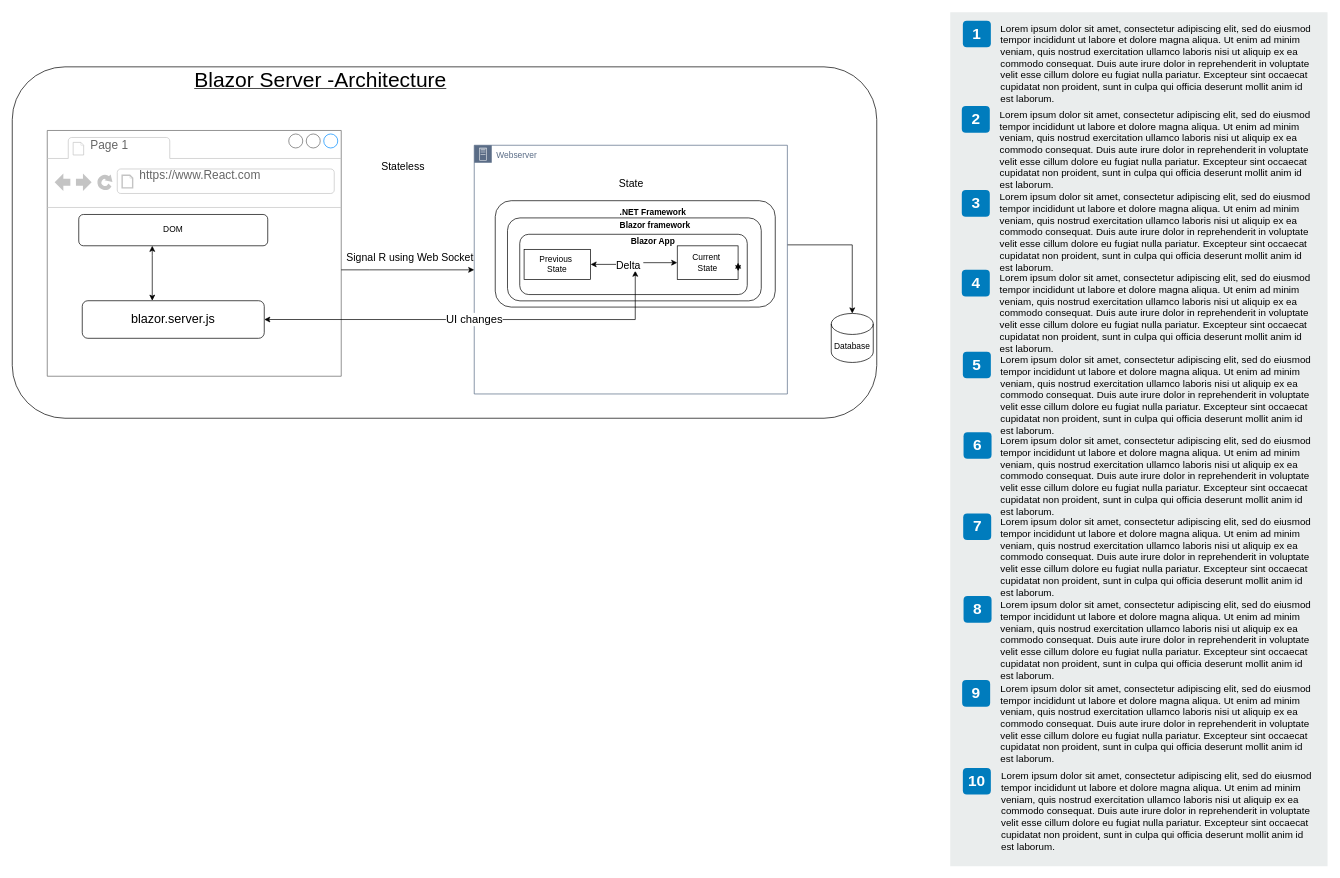
Above: page "Blazor Server-Architecture" (4 of 9) of Untitled Diagram.drawio in KollaRajesh/AzTech-Blazor (draw.io), before the change. Source tidied: cells renumbered, new cells numbered last; positions are measured from the earlier drawing's top-left corner, leaving out a move shared by most shapes. Both pictures are drawn from the tidied source at 70%, with x=0, y=0 at pixel (12, 12).
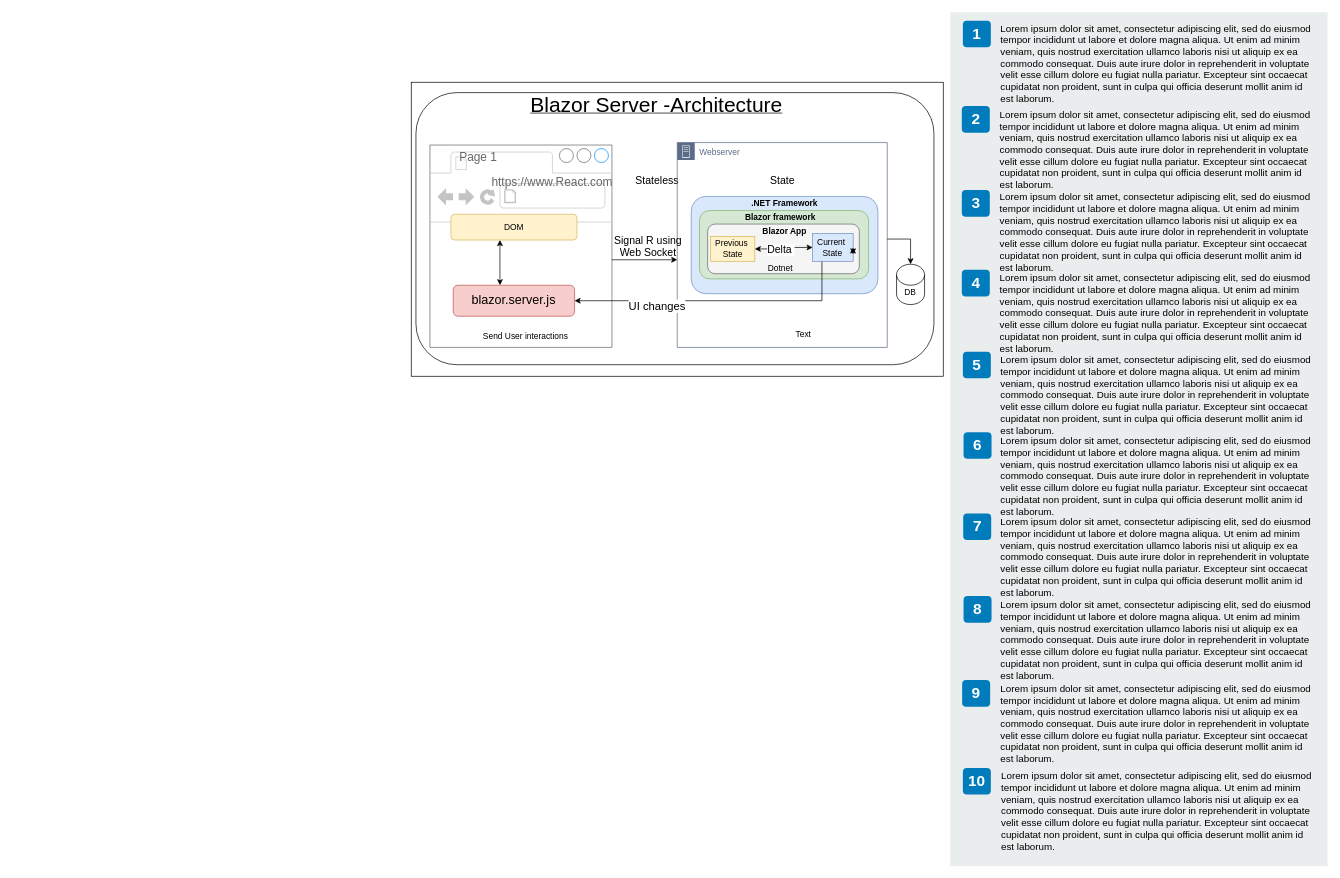
After the change.

What changed in the source:
```diff
@@
-    <mxCell id="2" style="rounded=1;whiteSpace=wrap;html=1;" parent="1" vertex="1">
-      <mxGeometry y="78" width="1235" height="502" as="geometry" />
-    </mxCell>
-    <mxCell id="3" value="&lt;span style=&quot;background-color: rgb(255 , 255 , 255)&quot;&gt;&lt;br&gt;&lt;/span&gt;" style="text;html=1;align=center;verticalAlign=middle;" parent="1" vertex="1">
-      <mxGeometry x="935" y="220" width="20" height="20" as="geometry" />
-    </mxCell>
-    <mxCell id="4" style="edgeStyle=orthogonalEdgeStyle;rounded=0;jettySize=auto;html=1;entryX=0.5;entryY=0;entryDx=0;entryDy=0;entryPerimeter=0;" parent="1" edge="1" source="29" target="7">
-      <mxGeometry relative="1" as="geometry">
-        <Array as="points">
-          <mxPoint x="1200" y="332.3" />
-        </Array>
-      </mxGeometry>
-    </mxCell>
-    <mxCell id="5" value="&lt;font style=&quot;font-size: 30px&quot;&gt;Blazor Server -Architecture&lt;br&gt;&lt;br&gt;&lt;/font&gt;" style="text;html=1;align=center;verticalAlign=middle;fillColor=none;strokeColor=none;rounded=0;fontStyle=4;" parent="1" vertex="1">
-      <mxGeometry x="250" y="90" width="380" height="50" as="geometry" />
-    </mxCell>
-    <mxCell id="6" value="&lt;font style=&quot;font-size: 15px&quot;&gt;Stateless&amp;nbsp;&lt;/font&gt;" style="text;html=1;align=center;verticalAlign=middle;fillColor=none;strokeColor=none;rounded=0;" parent="1" vertex="1">
-      <mxGeometry x="520" y="210" width="80" height="20" as="geometry" />
-    </mxCell>
-    <mxCell id="7" value="Database" style="shape=cylinder3;whiteSpace=wrap;html=1;boundedLbl=1;backgroundOutline=1;size=15;" parent="1" vertex="1">
-      <mxGeometry x="1170" y="430.3" width="60" height="70" as="geometry" />
-    </mxCell>
@@
+    <mxCell id="51" style="group;" parent="1" vertex="1">
+      <mxGeometry x="570" y="100" width="760" height="420" as="geometry" />
+    </mxCell>
+    <mxCell id="52" style="rounded=0;whiteSpace=wrap;html=1;" parent="51" vertex="1">
+      <mxGeometry width="760" height="420" as="geometry" />
+    </mxCell>
+    <mxCell id="2" style="rounded=1;whiteSpace=wrap;html=1;" parent="51" vertex="1">
+      <mxGeometry x="6.7" y="14.8" width="740" height="388.7" as="geometry" />
+    </mxCell>
+    <mxCell id="3" value="&lt;span style=&quot;background-color: rgb(255 , 255 , 255)&quot;&gt;&lt;br&gt;&lt;/span&gt;" style="text;html=1;align=center;verticalAlign=middle;" parent="51" vertex="1">
+      <mxGeometry x="570" y="130" width="20" height="20" as="geometry" />
+    </mxCell>
+    <mxCell id="5" value="&lt;font style=&quot;font-size: 30px&quot;&gt;Blazor Server -Architecture&lt;br&gt;&lt;br&gt;&lt;/font&gt;" style="text;html=1;align=center;verticalAlign=middle;fillColor=none;strokeColor=none;rounded=0;fontStyle=4;" parent="51" vertex="1">
+      <mxGeometry x="160" y="24.7" width="380" height="50" as="geometry" />
+    </mxCell>
+    <mxCell id="6" value="&lt;font style=&quot;font-size: 15px&quot;&gt;Stateless&amp;nbsp;&lt;/font&gt;" style="text;html=1;align=center;verticalAlign=middle;fillColor=none;strokeColor=none;rounded=0;" parent="51" vertex="1">
+      <mxGeometry x="313.3" y="130" width="80" height="20" as="geometry" />
+    </mxCell>
+    <mxCell id="7" value="DB" style="shape=cylinder3;whiteSpace=wrap;html=1;boundedLbl=1;backgroundOutline=1;size=15;" parent="51" vertex="1">
+      <mxGeometry x="693.3" y="260" width="40" height="57.6" as="geometry" />
+    </mxCell>
-    <mxCell id="29" value="Webserver&amp;nbsp;" style="points=[[0,0],[0.25,0],[0.5,0],[0.75,0],[1,0],[1,0.25],[1,0.5],[1,0.75],[1,1],[0.75,1],[0.5,1],[0.25,1],[0,1],[0,0.75],[0,0.5],[0,0.25]];outlineConnect=0;gradientColor=none;html=1;whiteSpace=wrap;fontSize=12;fontStyle=0;shape=mxgraph.aws4.group;grIcon=mxgraph.aws4.group_on_premise;strokeColor=#5A6C86;fillColor=none;verticalAlign=top;align=left;spacingLeft=30;fontColor=#5A6C86;dashed=0;" parent="1" vertex="1">
-      <mxGeometry x="660" y="190" width="447.3" height="355.3" as="geometry" />
+    <mxCell id="29" value="Webserver&amp;nbsp;" style="points=[[0,0],[0.25,0],[0.5,0],[0.75,0],[1,0],[1,0.25],[1,0.5],[1,0.75],[1,1],[0.75,1],[0.5,1],[0.25,1],[0,1],[0,0.75],[0,0.5],[0,0.25]];outlineConnect=0;gradientColor=none;html=1;whiteSpace=wrap;fontSize=12;fontStyle=0;shape=mxgraph.aws4.group;grIcon=mxgraph.aws4.group_on_premise;strokeColor=#5A6C86;fillColor=none;verticalAlign=top;align=left;spacingLeft=30;fontColor=#5A6C86;dashed=0;" parent="51" vertex="1">
+      <mxGeometry x="380" y="86.2" width="300" height="292.6" as="geometry" />
     </mxCell>
+    <mxCell id="4" style="edgeStyle=orthogonalEdgeStyle;rounded=0;jettySize=auto;html=1;entryX=0.5;entryY=0;entryDx=0;entryDy=0;entryPerimeter=0;" parent="51" edge="1" source="29" target="7">
+      <mxGeometry relative="1" as="geometry">
+        <Array as="points">
+          <mxPoint x="713.3" y="224" />
+        </Array>
+      </mxGeometry>
+    </mxCell>
-    <mxCell id="30" style="strokeWidth=1;shadow=0;dashed=0;align=center;html=1;shape=mxgraph.mockup.containers.browserWindow;rSize=0;strokeColor=#666666;strokeColor2=#008cff;strokeColor3=#c4c4c4;mainText=,;" parent="1" vertex="1">
-      <mxGeometry x="50" y="168.9" width="420" height="351.1" as="geometry" />
+    <mxCell id="30" style="strokeWidth=1;shadow=0;dashed=0;align=center;html=1;shape=mxgraph.mockup.containers.browserWindow;rSize=0;strokeColor=#666666;strokeColor2=#008cff;strokeColor3=#c4c4c4;mainText=,;" parent="51" vertex="1">
+      <mxGeometry x="26.7" y="89.7" width="260" height="289.1" as="geometry" />
     </mxCell>
     <mxCell id="31" value="Page 1" style="strokeWidth=1;shadow=0;dashed=0;align=center;html=1;shape=mxgraph.mockup.containers.anchor;fontSize=17;fontColor=#666666;align=left;" parent="30" vertex="1">
-      <mxGeometry x="60" y="10.7" width="110" height="23.3" as="geometry" />
+      <mxGeometry x="40" y="8.8" width="73.3" height="19.1" as="geometry" />
     </mxCell>
     <mxCell id="32" value="https://www.React.com" style="strokeWidth=1;shadow=0;dashed=0;align=center;html=1;shape=mxgraph.mockup.containers.anchor;rSize=0;fontSize=17;fontColor=#666666;align=left;" parent="30" vertex="1">
-      <mxGeometry x="130" y="53.7" width="250" height="23.3" as="geometry" />
+      <mxGeometry x="86.7" y="44.2" width="166.7" height="19.1" as="geometry" />
     </mxCell>
-    <mxCell id="33" value="DOM" style="rounded=1;whiteSpace=wrap;html=1;" parent="30" vertex="1">
-      <mxGeometry x="45" y="120" width="270" height="44.7" as="geometry" />
+    <mxCell id="33" value="DOM" style="rounded=1;whiteSpace=wrap;html=1;fillColor=#fff2cc;strokeColor=#d6b656;" parent="30" vertex="1">
+      <mxGeometry x="30" y="98.9" width="180" height="36.8" as="geometry" />
     </mxCell>
-    <mxCell id="34" style="rounded=1;whiteSpace=wrap;html=1;" parent="30" vertex="1">
-      <mxGeometry x="640" y="100.3" width="400" height="152" as="geometry" />
+    <mxCell id="34" style="rounded=1;whiteSpace=wrap;html=1;fillColor=#dae8fc;strokeColor=#6c8ebf;" parent="30" vertex="1">
+      <mxGeometry x="373.3" y="73.4" width="266.7" height="139" as="geometry" />
     </mxCell>
-    <mxCell id="35" value="&lt;b&gt;.NET Framework&lt;/b&gt;" style="text;html=1;align=center;verticalAlign=middle;fillColor=none;strokeColor=none;rounded=0;" parent="30" vertex="1">
-      <mxGeometry x="810" y="107" width="110" height="20" as="geometry" />
-    </mxCell>
-    <mxCell id="36" style="rounded=1;whiteSpace=wrap;html=1;" parent="30" vertex="1">
-      <mxGeometry x="657.5" y="124.9" width="362.5" height="118.5" as="geometry" />
+    <mxCell id="36" style="rounded=1;whiteSpace=wrap;html=1;fillColor=#d5e8d4;strokeColor=#82b366;" parent="30" vertex="1">
+      <mxGeometry x="385" y="93.6" width="241.7" height="97.6" as="geometry" />
     </mxCell>
-    <mxCell id="37" style="rounded=1;whiteSpace=wrap;html=1;" parent="30" vertex="1">
-      <mxGeometry x="675" y="148.3" width="325" height="86.1" as="geometry" />
+    <mxCell id="37" style="rounded=1;whiteSpace=wrap;html=1;fillColor=#f5f5f5;strokeColor=#666666;fontColor=#333333;" parent="30" vertex="1">
+      <mxGeometry x="396.7" y="112.9" width="216.7" height="70.9" as="geometry" />
     </mxCell>
-    <mxCell id="38" value="&lt;b&gt;Blazor framework&lt;/b&gt;" style="text;html=1;align=center;verticalAlign=middle;fillColor=none;strokeColor=none;rounded=0;" parent="30" vertex="1">
-      <mxGeometry x="807.5" y="124.9" width="120" height="20" as="geometry" />
-    </mxCell>
-    <mxCell id="39" value="&lt;b&gt;Blazor App&lt;/b&gt;" style="text;html=1;align=center;verticalAlign=middle;fillColor=none;strokeColor=none;rounded=0;" parent="30" vertex="1">
-      <mxGeometry x="825" y="148.3" width="80" height="20" as="geometry" />
-    </mxCell>
-    <mxCell id="40" value="Previous&amp;nbsp;&lt;br&gt;State" style="rounded=0;whiteSpace=wrap;html=1;" parent="30" vertex="1">
-      <mxGeometry x="681.2" y="169.8" width="95" height="43" as="geometry" />
+    <mxCell id="40" value="Previous&amp;nbsp;&lt;br&gt;State" style="rounded=0;whiteSpace=wrap;html=1;fillColor=#fff2cc;strokeColor=#d6b656;" parent="30" vertex="1">
+      <mxGeometry x="400.8" y="130.7" width="63.3" height="35.4" as="geometry" />
     </mxCell>
     <mxCell id="41" style="edgeStyle=elbowEdgeStyle;rounded=0;jettySize=auto;html=1;startArrow=classic;startFill=1;" parent="30" edge="1" source="33">
       <mxGeometry relative="1" as="geometry">
-        <mxPoint x="150" y="243.2" as="targetPoint" />
+        <mxPoint x="100" y="200.3" as="targetPoint" />
         <Array as="points">
-          <mxPoint x="150" y="178.9" />
-          <mxPoint x="280" y="205.7" />
-          <mxPoint x="315" y="223.6" />
-          <mxPoint x="306" y="393.5" />
+          <mxPoint x="100" y="147.3" />
+          <mxPoint x="186.7" y="169.4" />
+          <mxPoint x="210" y="184.1" />
+          <mxPoint x="204" y="324" />
         </Array>
       </mxGeometry>
     </mxCell>
-    <mxCell id="42" value="&lt;font style=&quot;font-size: 18px&quot;&gt;blazor.server.js&lt;/font&gt;" style="rounded=1;whiteSpace=wrap;html=1;" parent="30" vertex="1">
-      <mxGeometry x="50" y="243.2" width="260" height="53.7" as="geometry" />
+    <mxCell id="42" value="&lt;font style=&quot;font-size: 18px&quot;&gt;blazor.server.js&lt;/font&gt;" style="rounded=1;whiteSpace=wrap;html=1;fillColor=#f8cecc;strokeColor=#b85450;" parent="30" vertex="1">
+      <mxGeometry x="33.3" y="200.3" width="173.3" height="44.2" as="geometry" />
     </mxCell>
     <mxCell id="43" value="&lt;font style=&quot;font-size: 16px&quot;&gt;UI changes&lt;/font&gt;" style="edgeStyle=orthogonalEdgeStyle;rounded=0;jettySize=auto;html=1;entryX=1;entryY=0.5;entryDx=0;entryDy=0;startArrow=classic;startFill=1;" parent="30" edge="1" target="42">
-      <mxGeometry relative="1" as="geometry">
-        <mxPoint x="840" y="200.3" as="sourcePoint" />
+      <mxGeometry x="0.44" y="8" relative="1" as="geometry">
+        <mxPoint x="560" y="157.3" as="sourcePoint" />
         <Array as="points">
-          <mxPoint x="840" y="270.1" />
+          <mxPoint x="560" y="222.4" />
         </Array>
       </mxGeometry>
     </mxCell>
-    <mxCell id="44" value="Current&amp;nbsp;&lt;br&gt;State" style="rounded=0;whiteSpace=wrap;html=1;" parent="30" vertex="1">
-      <mxGeometry x="900" y="164.8" width="86.9" height="48.1" as="geometry" />
+    <mxCell id="44" value="Current&amp;nbsp;&lt;br&gt;State" style="rounded=0;whiteSpace=wrap;html=1;fillColor=#dae8fc;strokeColor=#6c8ebf;" parent="30" vertex="1">
+      <mxGeometry x="546.7" y="126.5" width="57.9" height="39.6" as="geometry" />
     </mxCell>
@@
+    <mxCell id="53" value="Send User interactions" style="text;html=1;align=center;verticalAlign=middle;fillColor=none;strokeColor=none;rounded=0;" parent="30" vertex="1">
+      <mxGeometry x="66.7" y="264.4" width="140" height="20" as="geometry" />
+    </mxCell>
+    <mxCell id="54" value="Dotnet" style="text;html=1;align=center;verticalAlign=middle;fillColor=none;strokeColor=none;rounded=0;" parent="30" vertex="1">
+      <mxGeometry x="475.2" y="166.1" width="50" height="20" as="geometry" />
+    </mxCell>
-    <mxCell id="48" style="edgeStyle=orthogonalEdgeStyle;rounded=0;jettySize=auto;html=1;" parent="1" edge="1" source="30" target="29">
-      <mxGeometry x="1798" y="449.1" as="geometry">
+    <mxCell id="48" style="edgeStyle=orthogonalEdgeStyle;rounded=0;jettySize=auto;html=1;" parent="51" edge="1" source="30" target="29">
+      <mxGeometry x="1152" y="287.5" as="geometry">
         <Array as="points">
-          <mxPoint x="510" y="368" />
-          <mxPoint x="510" y="368" />
+          <mxPoint x="333.3" y="253.6" />
+          <mxPoint x="333.3" y="253.6" />
         </Array>
       </mxGeometry>
     </mxCell>
-    <mxCell id="49" value="&lt;font style=&quot;font-size: 15px&quot;&gt;State&lt;/font&gt;" style="text;html=1;align=center;verticalAlign=middle;fillColor=none;strokeColor=none;rounded=0;" parent="1" vertex="1">
-      <mxGeometry x="858.7" y="234" width="50" height="20" as="geometry" />
+    <mxCell id="49" value="&lt;font style=&quot;font-size: 15px&quot;&gt;State&lt;/font&gt;" style="text;html=1;align=center;verticalAlign=middle;fillColor=none;strokeColor=none;rounded=0;" parent="51" vertex="1">
+      <mxGeometry x="505" y="130" width="50" height="20" as="geometry" />
     </mxCell>
-    <mxCell id="50" value="&lt;font style=&quot;font-size: 15px&quot;&gt;Signal R using Web Socket&amp;nbsp;&lt;/font&gt;" style="text;html=1;align=center;verticalAlign=middle;fillColor=none;strokeColor=none;rounded=0;" parent="1" vertex="1">
-      <mxGeometry x="470" y="340" width="200" height="20" as="geometry" />
+    <mxCell id="50" value="&lt;font style=&quot;font-size: 15px&quot;&gt;Signal R using&lt;br&gt;&amp;nbsp;Web Socket&amp;nbsp;&lt;/font&gt;" style="text;html=1;align=center;verticalAlign=middle;fillColor=none;strokeColor=none;rounded=0;" parent="51" vertex="1">
+      <mxGeometry x="283.3" y="219.3" width="110" height="30" as="geometry" />
     </mxCell>
+    <mxCell id="55" value="Text" style="text;html=1;align=center;verticalAlign=middle;fillColor=none;strokeColor=none;rounded=0;" parent="51" vertex="1">
+      <mxGeometry x="540" y="350" width="40" height="20" as="geometry" />
+    </mxCell>
+    <mxCell id="38" value="&lt;b&gt;Blazor framework&lt;/b&gt;" style="text;html=1;align=center;verticalAlign=middle;fillColor=none;strokeColor=none;rounded=0;" parent="1" vertex="1">
+      <mxGeometry x="1036.8" y="282.7" width="120" height="20" as="geometry" />
+    </mxCell>
+    <mxCell id="35" value="&lt;b&gt;.NET Framework&lt;/b&gt;" style="text;html=1;align=center;verticalAlign=middle;fillColor=none;strokeColor=none;rounded=0;" parent="1" vertex="1">
+      <mxGeometry x="1048.3" y="263.1" width="110" height="20" as="geometry" />
+    </mxCell>
+    <mxCell id="39" value="&lt;b&gt;Blazor App&lt;/b&gt;" style="text;html=1;align=center;verticalAlign=middle;fillColor=none;strokeColor=none;rounded=0;" parent="1" vertex="1">
+      <mxGeometry x="1063.3" y="302.7" width="80" height="20" as="geometry" />
+    </mxCell>
```
